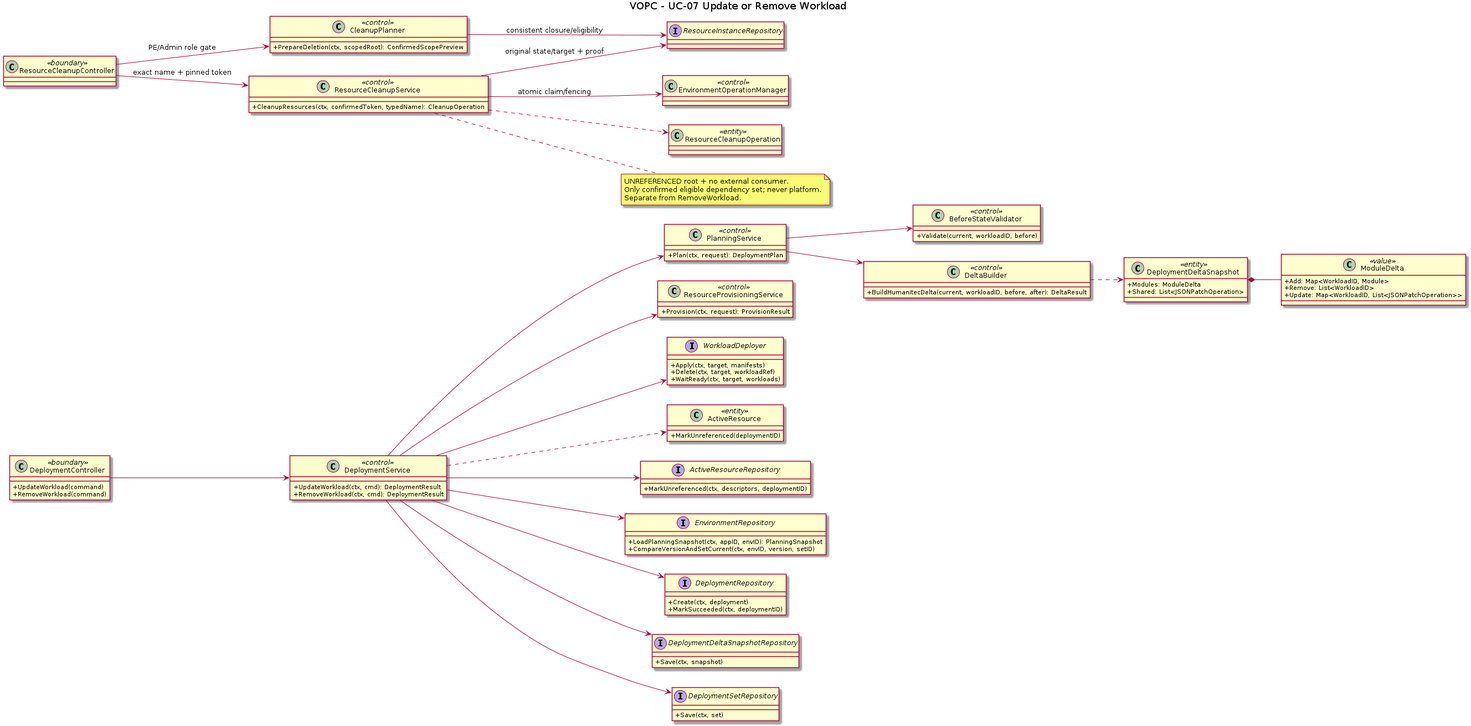
Above: orchestrator_docs/usecase/UC-07/vopc.png in pr3s3nt/poc (PlantUML), before the change. Its source is kept beside it as orchestrator_docs/usecase/UC-07/vopc.puml. Source of this version:
```plantuml
@startuml
title VOPC - UC-07 Update or Remove Workload
left to right direction
skinparam classAttributeIconSize 0
class DeploymentController <<boundary>> {
  +UpdateWorkload(command)
  +RemoveWorkload(command)
}
class DeploymentService <<control>> {
  +UpdateWorkload(ctx, cmd): DeploymentResult
  +RemoveWorkload(ctx, cmd): DeploymentResult
}
class PlanningService <<control>> {
  +Plan(ctx, request): DeploymentPlan
}
class BeforeStateValidator <<control>> {
  +Validate(current, workloadID, before)
}
class DeltaBuilder <<control>> {
  +BuildHumanitecDelta(current, workloadID, before, after): DeltaResult
}
class DeploymentDeltaSnapshot <<entity>> {
  +Modules: ModuleDelta
  +Shared: List<JSONPatchOperation>
}
class ModuleDelta <<value>> {
  +Add: Map<WorkloadID, Module>
  +Remove: List<WorkloadID>
  +Update: Map<WorkloadID, List<JSONPatchOperation>>
}
class ResourceProvisioningService <<control>> {
  +Provision(ctx, request): ProvisionResult
}
interface WorkloadDeployer {
  +Apply(ctx, target, manifests)
  +Delete(ctx, target, workloadRef)
  +WaitReady(ctx, target, workloads)
}
class ActiveResource <<entity>> {
  +MarkUnreferenced(deploymentID)
}
interface ActiveResourceRepository {
  +MarkUnreferenced(ctx, descriptors, deploymentID)
}
interface EnvironmentRepository {
  +LoadPlanningSnapshot(ctx, appID, envID): PlanningSnapshot
  +CompareVersionAndSetCurrent(ctx, envID, version, setID)
}
interface DeploymentRepository {
  +Create(ctx, deployment)
  +MarkSucceeded(ctx, deploymentID)
}
interface DeploymentDeltaSnapshotRepository {
  +Save(ctx, snapshot)
}
interface DeploymentSetRepository {
  +Save(ctx, set)
}
DeploymentController --> DeploymentService
DeploymentService --> PlanningService
PlanningService --> BeforeStateValidator
PlanningService --> DeltaBuilder
DeltaBuilder ..> DeploymentDeltaSnapshot
DeploymentDeltaSnapshot *-- ModuleDelta
DeploymentService --> ResourceProvisioningService
DeploymentService --> WorkloadDeployer
DeploymentService --> ActiveResourceRepository
DeploymentService --> EnvironmentRepository
DeploymentService --> DeploymentRepository
DeploymentService --> DeploymentDeltaSnapshotRepository
DeploymentService --> DeploymentSetRepository
DeploymentService ..> ActiveResource
class ResourceCleanupController <<boundary>>
class CleanupPlanner <<control>> {
  +PrepareDeletion(ctx, scopedRoot): ConfirmedScopePreview
}
class ResourceCleanupService <<control>> {
  +CleanupResources(ctx, confirmedToken, typedName): CleanupOperation
}
class EnvironmentOperationManager <<control>>
class ResourceCleanupOperation <<entity>>
interface ResourceInstanceRepository
ResourceCleanupController --> CleanupPlanner : PE/Admin role gate
ResourceCleanupController --> ResourceCleanupService : exact name + pinned token
CleanupPlanner --> ResourceInstanceRepository : consistent closure/eligibility
ResourceCleanupService --> EnvironmentOperationManager : atomic claim/fencing
ResourceCleanupService --> ResourceInstanceRepository : original state/target + proof
ResourceCleanupService ..> ResourceCleanupOperation
note right of ResourceCleanupService
UNREFERENCED root + no external consumer.
Only confirmed eligible dependency set; never platform.
Separate from RemoveWorkload.
end note
@enduml
```
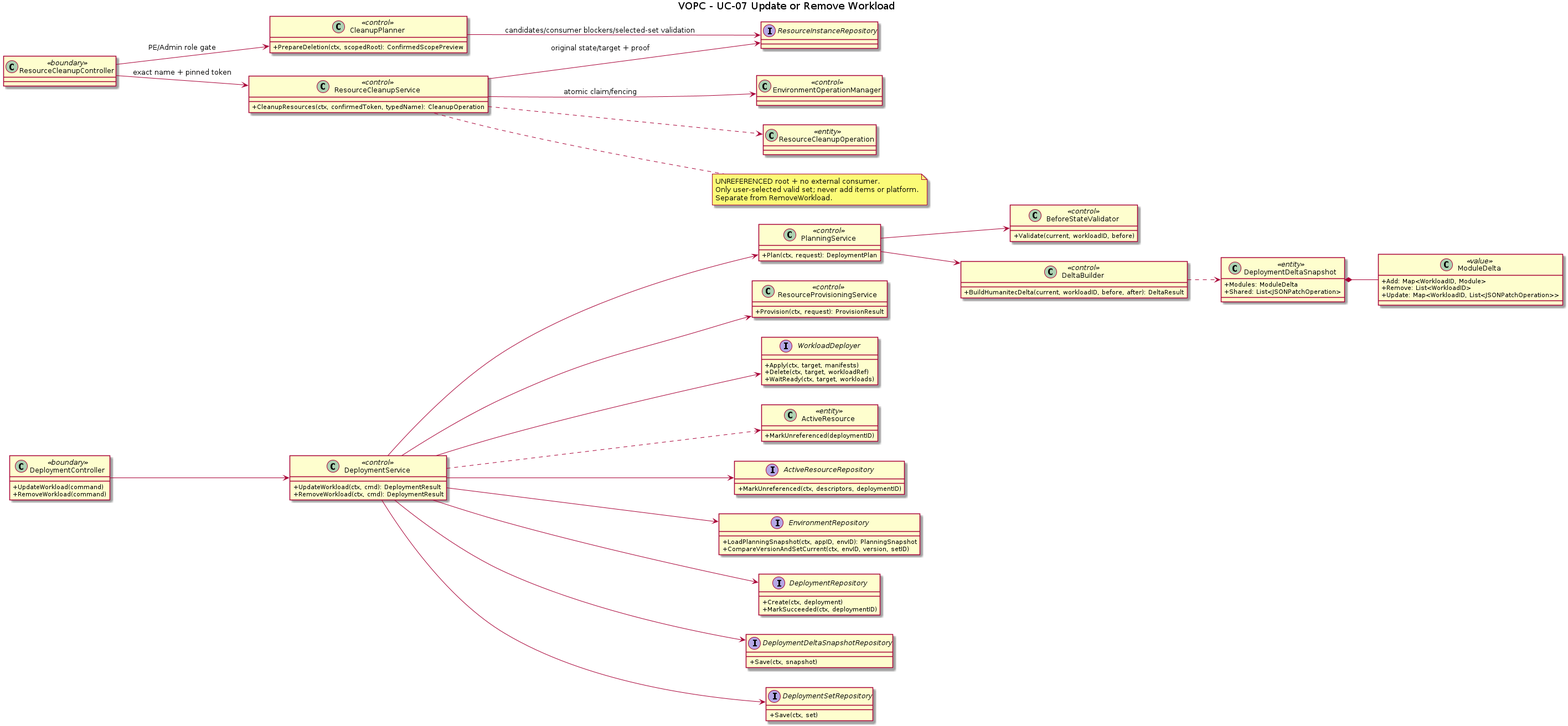
Above is the later version.

Diff of the diagram source:
```diff
@@ -82,13 +82,13 @@
 interface ResourceInstanceRepository
 ResourceCleanupController --> CleanupPlanner : PE/Admin role gate
 ResourceCleanupController --> ResourceCleanupService : exact name + pinned token
-CleanupPlanner --> ResourceInstanceRepository : consistent closure/eligibility
+CleanupPlanner --> ResourceInstanceRepository : candidates/consumer blockers/selected-set validation
 ResourceCleanupService --> EnvironmentOperationManager : atomic claim/fencing
 ResourceCleanupService --> ResourceInstanceRepository : original state/target + proof
 ResourceCleanupService ..> ResourceCleanupOperation
 note right of ResourceCleanupService
 UNREFERENCED root + no external consumer.
-Only confirmed eligible dependency set; never platform.
+Only user-selected valid set; never add items or platform.
 Separate from RemoveWorkload.
 end note
 @enduml
```
